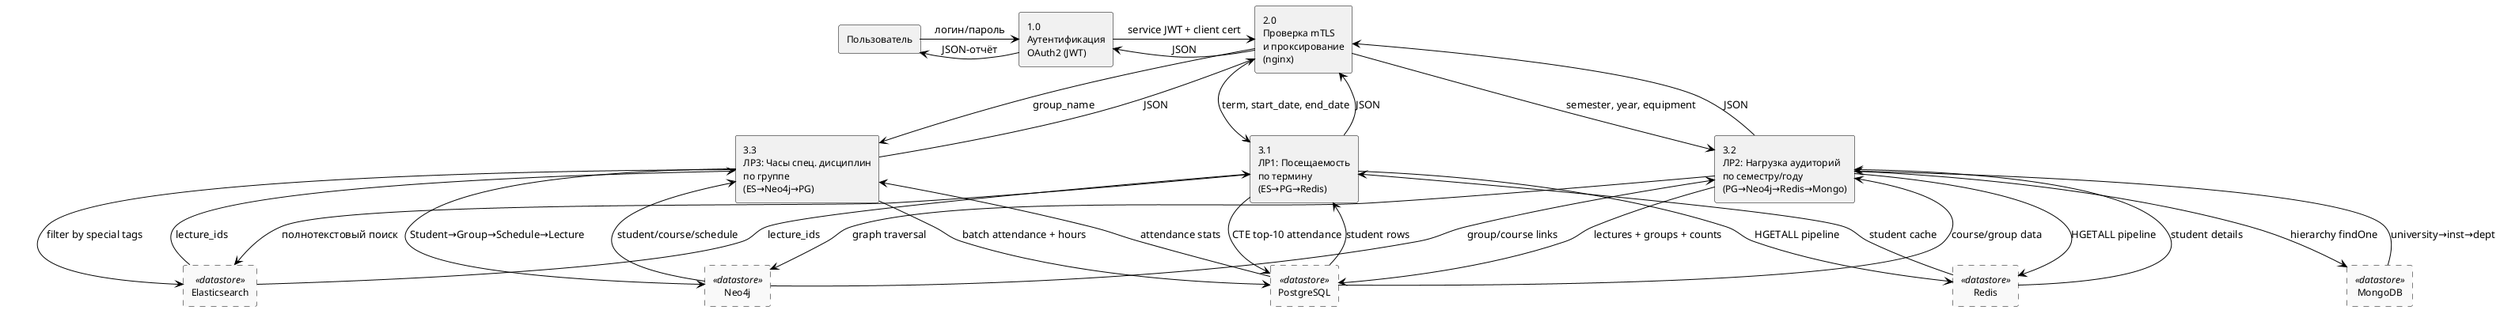
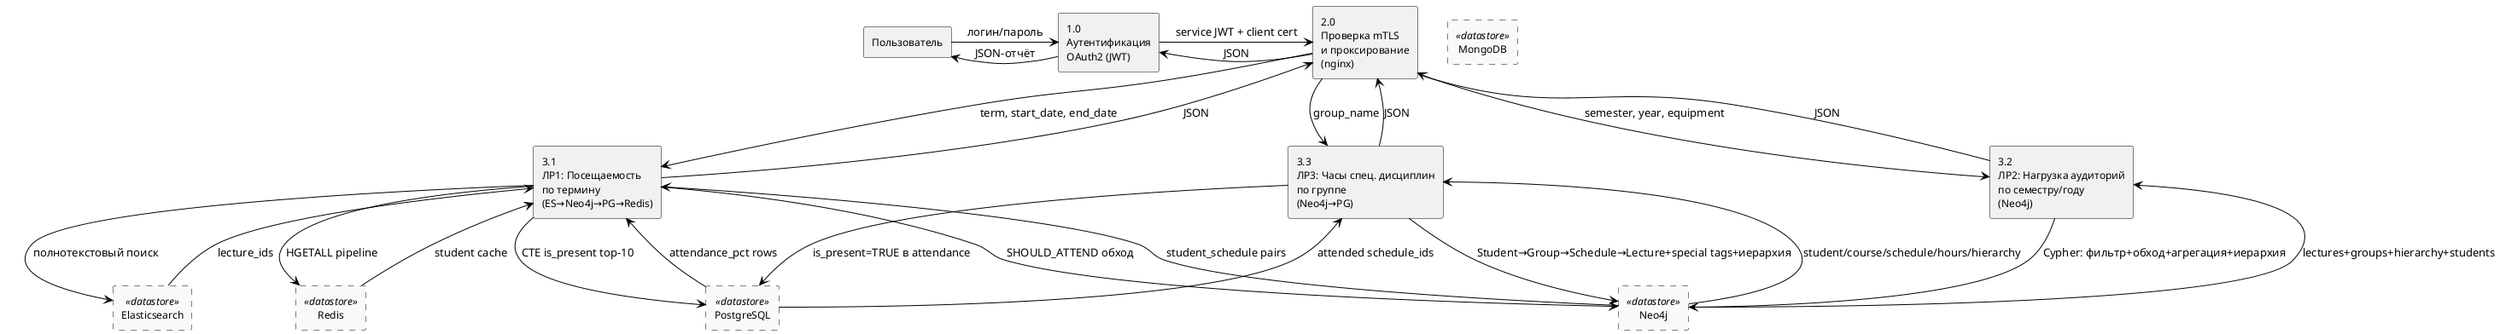
@startuml DFD_Level1
skinparam rectangle {
    BorderColor #000000
    FontSize 12
}
skinparam rectangle<<rounded>> {
    BorderColor #000000
    BackgroundColor #FFFFFF
    FontSize 12
    BorderRadius 15
}
skinparam rectangle<<datastore>> {
    BorderStyle dashed
    BackgroundColor #F9F9F9
    BorderColor #000000
}
skinparam arrow {
    Color #000000
}

rectangle "Пользователь" as User

rectangle "1.0\nАутентификация\nOAuth2 (JWT)" as Auth
rectangle "2.0\nПроверка mTLS\nи проксирование\n(nginx)" as Proxy

- rectangle "3.1\nЛР1: Посещаемость\nпо термину\n(ES→PG→Redis)" as Report1
- rectangle "3.2\nЛР2: Нагрузка аудиторий\nпо семестру/году\n(PG→Neo4j→Redis→Mongo)" as Report2
- rectangle "3.3\nЛР3: Часы спец. дисциплин\nпо группе\n(ES→Neo4j→PG)" as Report3
+ rectangle "3.1\nЛР1: Посещаемость\nпо термину\n(ES→Neo4j→PG→Redis)" as Report1
+ rectangle "3.2\nЛР2: Нагрузка аудиторий\nпо семестру/году\n(Neo4j)" as Report2
+ rectangle "3.3\nЛР3: Часы спец. дисциплин\nпо группе\n(Neo4j→PG)" as Report3

rectangle "PostgreSQL" as PG <<datastore>>
rectangle "Redis" as Redis <<datastore>>
rectangle "MongoDB" as Mongo <<datastore>>
rectangle "Neo4j" as Neo4j <<datastore>>
rectangle "Elasticsearch" as ES <<datastore>>

User -right-> Auth : логин/пароль
Auth -right-> Proxy : service JWT + client cert
Proxy -down-> Report1 : term, start_date, end_date
Proxy -down-> Report2 : semester, year, equipment
Proxy -down-> Report3 : group_name

Report1 -down-> ES : полнотекстовый поиск
ES -up-> Report1 : lecture_ids
- Report1 -down-> PG : CTE top-10 attendance
- PG -up-> Report1 : student rows
+ Report1 -down-> Neo4j : SHOULD_ATTEND обход
+ Neo4j -up-> Report1 : student_schedule pairs
+ Report1 -down-> PG : CTE is_present top-10
+ PG -up-> Report1 : attendance_pct rows
Report1 -down-> Redis : HGETALL pipeline
Redis -up-> Report1 : student cache

- Report2 -down-> PG : lectures + groups + counts
- PG -up-> Report2 : course/group data
- Report2 -down-> Neo4j : graph traversal
- Neo4j -up-> Report2 : group/course links
- Report2 -down-> Redis : HGETALL pipeline
- Redis -up-> Report2 : student details
- Report2 -down-> Mongo : hierarchy findOne
- Mongo -up-> Report2 : university→inst→dept
+ Report2 -down-> Neo4j : Cypher: фильтр+обход+агрегация+иерархия
+ Neo4j -up-> Report2 : lectures+groups+hierarchy+students

- Report3 -down-> ES : filter by special tags
- ES -up-> Report3 : lecture_ids
- Report3 -down-> Neo4j : Student→Group→Schedule→Lecture
- Neo4j -up-> Report3 : student/course/schedule
- Report3 -down-> PG : batch attendance + hours
- PG -up-> Report3 : attendance stats
+ Report3 -down-> Neo4j : Student→Group→Schedule→Lecture+special tags+иерархия
+ Neo4j -up-> Report3 : student/course/schedule/hours/hierarchy
+ Report3 -down-> PG : is_present=TRUE в attendance
+ PG -up-> Report3 : attended schedule_ids

Report1 -up-> Proxy : JSON
Report2 -up-> Proxy : JSON
Report3 -up-> Proxy : JSON
Proxy -left-> Auth : JSON
Auth -left-> User : JSON-отчёт
@enduml
